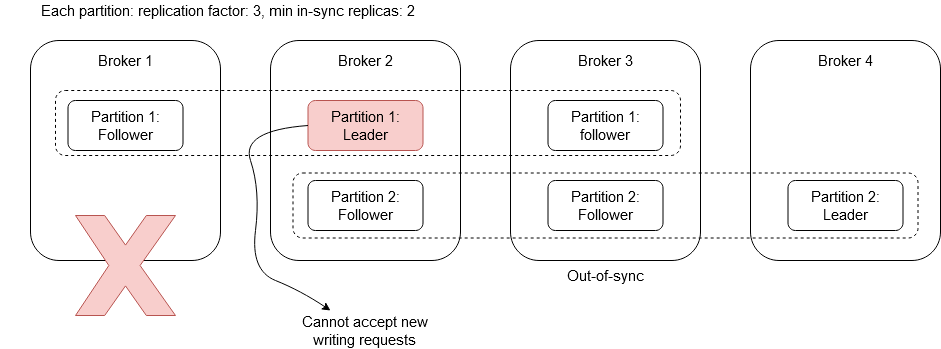
This is images/broker-failover-kafka.png from duyhieuvo/master-thesis, a draw.io export, as it was before one commit. Source tidied: cells renumbered, new cells last; positions are measured from the earlier drawing's top-left corner, leaving out a move shared by most shapes.
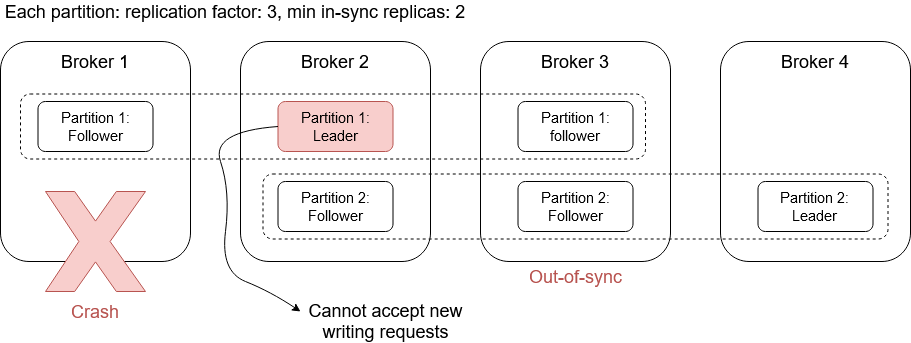
After the commit.

What changed in the source:
```diff
@@ -5,8 +5,8 @@
     <mxCell id="2" style="rounded=1;whiteSpace=wrap;html=1;" parent="1" vertex="1">
       <mxGeometry x="30" y="40" width="190" height="220" as="geometry" />
     </mxCell>
-    <mxCell id="3" value="&lt;font style=&quot;font-size: 15px&quot;&gt;Broker 1&lt;br&gt;&lt;/font&gt;" style="text;html=1;strokeColor=none;fillColor=none;align=center;verticalAlign=middle;whiteSpace=wrap;rounded=0;" parent="1" vertex="1">
-      <mxGeometry x="92.5" y="50" width="65" height="20" as="geometry" />
+    <mxCell id="3" value="&lt;font style=&quot;font-size: 18px&quot;&gt;Broker 1&lt;br&gt;&lt;/font&gt;" style="text;html=1;strokeColor=none;fillColor=none;align=center;verticalAlign=middle;whiteSpace=wrap;rounded=0;" parent="1" vertex="1">
+      <mxGeometry x="86.2" y="50" width="77.5" height="20" as="geometry" />
     </mxCell>
     <mxCell id="4" value="&lt;font style=&quot;font-size: 15px&quot;&gt;Partition 1: Follower&lt;/font&gt;" style="rounded=1;whiteSpace=wrap;html=1;" parent="1" vertex="1">
       <mxGeometry x="67.5" y="100" width="115" height="50" as="geometry" />
@@ -14,8 +14,8 @@
     <mxCell id="5" style="rounded=1;whiteSpace=wrap;html=1;" parent="1" vertex="1">
       <mxGeometry x="270" y="40" width="190" height="220" as="geometry" />
     </mxCell>
-    <mxCell id="6" value="&lt;font style=&quot;font-size: 15px&quot;&gt;Broker 2&lt;br&gt;&lt;/font&gt;" style="text;html=1;strokeColor=none;fillColor=none;align=center;verticalAlign=middle;whiteSpace=wrap;rounded=0;" parent="1" vertex="1">
-      <mxGeometry x="332.5" y="50" width="65" height="20" as="geometry" />
+    <mxCell id="6" value="&lt;font style=&quot;font-size: 18px&quot;&gt;Broker 2&lt;br&gt;&lt;/font&gt;" style="text;html=1;strokeColor=none;fillColor=none;align=center;verticalAlign=middle;whiteSpace=wrap;rounded=0;" parent="1" vertex="1">
+      <mxGeometry x="326.2" y="50" width="77.5" height="20" as="geometry" />
     </mxCell>
     <mxCell id="7" value="&lt;font style=&quot;font-size: 15px&quot;&gt;Partition 1: Leader&lt;br&gt;&lt;/font&gt;" style="rounded=1;whiteSpace=wrap;html=1;fillColor=#f8cecc;strokeColor=#b85450;" parent="1" vertex="1">
       <mxGeometry x="307.5" y="100" width="115" height="50" as="geometry" />
@@ -26,8 +26,8 @@
     <mxCell id="9" style="rounded=1;whiteSpace=wrap;html=1;" parent="1" vertex="1">
       <mxGeometry x="510" y="40" width="190" height="220" as="geometry" />
     </mxCell>
-    <mxCell id="10" value="&lt;font style=&quot;font-size: 15px&quot;&gt;Broker 3&lt;br&gt;&lt;/font&gt;" style="text;html=1;strokeColor=none;fillColor=none;align=center;verticalAlign=middle;whiteSpace=wrap;rounded=0;" parent="1" vertex="1">
-      <mxGeometry x="572.5" y="50" width="65" height="20" as="geometry" />
+    <mxCell id="10" value="&lt;font style=&quot;font-size: 18px&quot;&gt;Broker 3&lt;br&gt;&lt;/font&gt;" style="text;html=1;strokeColor=none;fillColor=none;align=center;verticalAlign=middle;whiteSpace=wrap;rounded=0;" parent="1" vertex="1">
+      <mxGeometry x="566.2" y="50" width="77.5" height="20" as="geometry" />
     </mxCell>
     <mxCell id="11" value="&lt;font style=&quot;font-size: 15px&quot;&gt;Partition 1: follower&lt;br&gt;&lt;/font&gt;" style="rounded=1;whiteSpace=wrap;html=1;" parent="1" vertex="1">
       <mxGeometry x="547.5" y="100" width="115" height="50" as="geometry" />
@@ -38,16 +38,16 @@
     <mxCell id="13" style="rounded=1;whiteSpace=wrap;html=1;" parent="1" vertex="1">
       <mxGeometry x="750" y="40" width="190" height="220" as="geometry" />
     </mxCell>
-    <mxCell id="14" value="&lt;font style=&quot;font-size: 15px&quot;&gt;Broker 4&lt;br&gt;&lt;/font&gt;" style="text;html=1;strokeColor=none;fillColor=none;align=center;verticalAlign=middle;whiteSpace=wrap;rounded=0;" parent="1" vertex="1">
-      <mxGeometry x="812.5" y="50" width="65" height="20" as="geometry" />
+    <mxCell id="14" value="&lt;font style=&quot;font-size: 18px&quot;&gt;Broker 4&lt;br&gt;&lt;/font&gt;" style="text;html=1;strokeColor=none;fillColor=none;align=center;verticalAlign=middle;whiteSpace=wrap;rounded=0;" parent="1" vertex="1">
+      <mxGeometry x="806.2" y="50" width="77.5" height="20" as="geometry" />
     </mxCell>
     <mxCell id="15" value="&lt;font style=&quot;font-size: 15px&quot;&gt;Partition 2: Leader&lt;/font&gt;" style="rounded=1;whiteSpace=wrap;html=1;" parent="1" vertex="1">
       <mxGeometry x="787.5" y="180" width="115" height="50" as="geometry" />
     </mxCell>
     <mxCell id="16" style="verticalLabelPosition=bottom;verticalAlign=top;html=1;shape=mxgraph.basic.x;fillColor=#f8cecc;strokeColor=#b85450;" parent="1" vertex="1">
-      <mxGeometry x="75" y="215" width="100" height="100" as="geometry" />
+      <mxGeometry x="75" y="190" width="100" height="100" as="geometry" />
     </mxCell>
-    <mxCell id="17" value="&lt;font style=&quot;font-size: 15px&quot;&gt;Out-of-sync&lt;/font&gt;" style="text;html=1;strokeColor=none;fillColor=none;align=center;verticalAlign=middle;whiteSpace=wrap;rounded=0;" parent="1" vertex="1">
+    <mxCell id="17" value="&lt;font style=&quot;font-size: 18px&quot; color=&quot;#B85450&quot;&gt;Out-of-sync&lt;/font&gt;" style="text;html=1;strokeColor=none;fillColor=none;align=center;verticalAlign=middle;whiteSpace=wrap;rounded=0;" parent="1" vertex="1">
       <mxGeometry x="482.5" y="265" width="245" height="20" as="geometry" />
     </mxCell>
     <mxCell id="18" style="curved=1;endArrow=classic;html=1;exitX=0;exitY=0.5;exitDx=0;exitDy=0;" parent="1" edge="1" source="7">
@@ -61,17 +61,20 @@
         </Array>
       </mxGeometry>
     </mxCell>
-    <mxCell id="19" value="&lt;font style=&quot;font-size: 15px&quot;&gt;Cannot accept new writing requests&lt;br&gt;&lt;/font&gt;" style="text;html=1;strokeColor=none;fillColor=none;align=center;verticalAlign=middle;whiteSpace=wrap;rounded=0;" parent="1" vertex="1">
-      <mxGeometry x="291.2" y="320" width="147.5" height="20" as="geometry" />
+    <mxCell id="19" value="&lt;font style=&quot;font-size: 18px&quot;&gt;Cannot accept new writing requests&lt;br&gt;&lt;/font&gt;" style="text;html=1;strokeColor=none;fillColor=none;align=center;verticalAlign=middle;whiteSpace=wrap;rounded=0;" parent="1" vertex="1">
+      <mxGeometry x="326.2" y="310" width="178.8" height="20" as="geometry" />
     </mxCell>
     <mxCell id="20" style="rounded=1;whiteSpace=wrap;html=1;fillColor=none;dashed=1;" parent="1" vertex="1">
-      <mxGeometry x="55" y="90" width="625" height="65" as="geometry" />
+      <mxGeometry x="50" y="92.5" width="625" height="65" as="geometry" />
     </mxCell>
     <mxCell id="21" style="rounded=1;whiteSpace=wrap;html=1;fillColor=none;dashed=1;" parent="1" vertex="1">
       <mxGeometry x="292.5" y="172.5" width="625" height="65" as="geometry" />
     </mxCell>
-    <mxCell id="22" value="&lt;font style=&quot;font-size: 15px&quot;&gt;Each partition: replication factor: 3, min in-sync replicas: 2&lt;/font&gt;" style="text;html=1;strokeColor=none;fillColor=none;align=center;verticalAlign=middle;whiteSpace=wrap;rounded=0;dashed=1;" parent="1" vertex="1">
-      <mxGeometry width="455" height="20" as="geometry" />
+    <mxCell id="22" value="&lt;font style=&quot;font-size: 18px&quot;&gt;Each partition: replication factor: 3, min in-sync replicas: 2&lt;/font&gt;" style="text;html=1;strokeColor=none;fillColor=none;align=center;verticalAlign=middle;whiteSpace=wrap;rounded=0;dashed=1;" parent="1" vertex="1">
+      <mxGeometry x="30" width="470" height="20" as="geometry" />
     </mxCell>
+    <mxCell id="23" value="&lt;font style=&quot;font-size: 18px&quot; color=&quot;#B85450&quot;&gt;Crash&lt;/font&gt;" style="text;html=1;strokeColor=none;fillColor=none;align=center;verticalAlign=middle;whiteSpace=wrap;rounded=0;fontSize=14;" parent="1" vertex="1">
+      <mxGeometry x="105" y="300" width="40" height="20" as="geometry" />
+    </mxCell>
   </root>
 </mxGraphModel>
```
